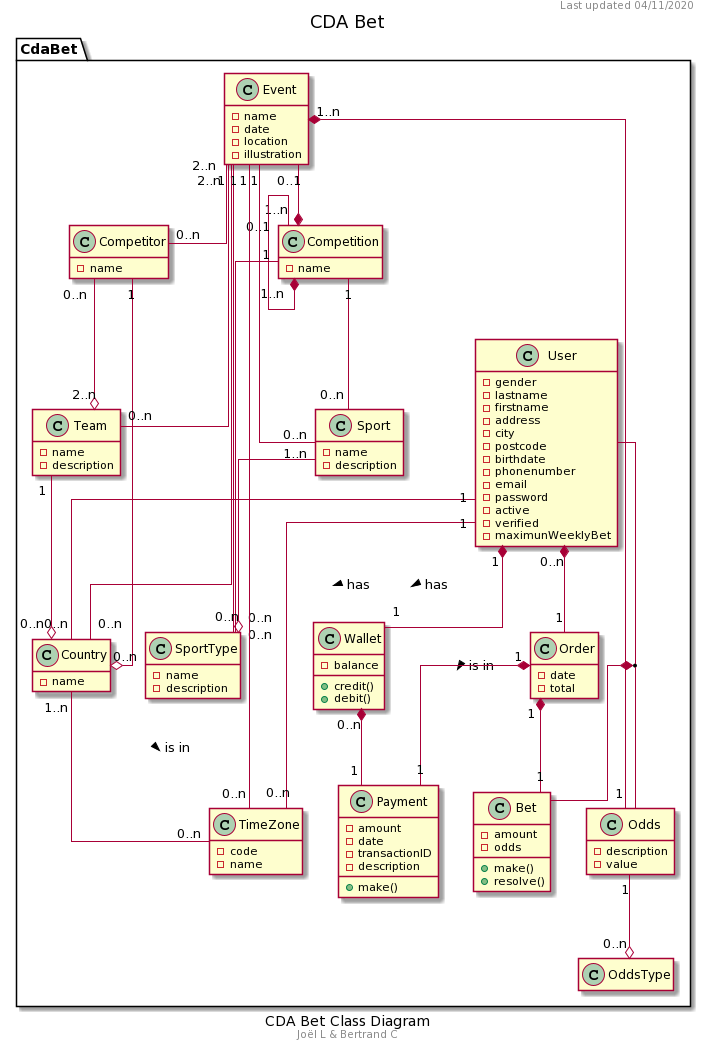
This is docs/diagrams/export/CDA Bet Class Diagram.png from OFP-CDA-Mulhouse-2020/parisportif1, a PlantUML export, as it was before one commit.
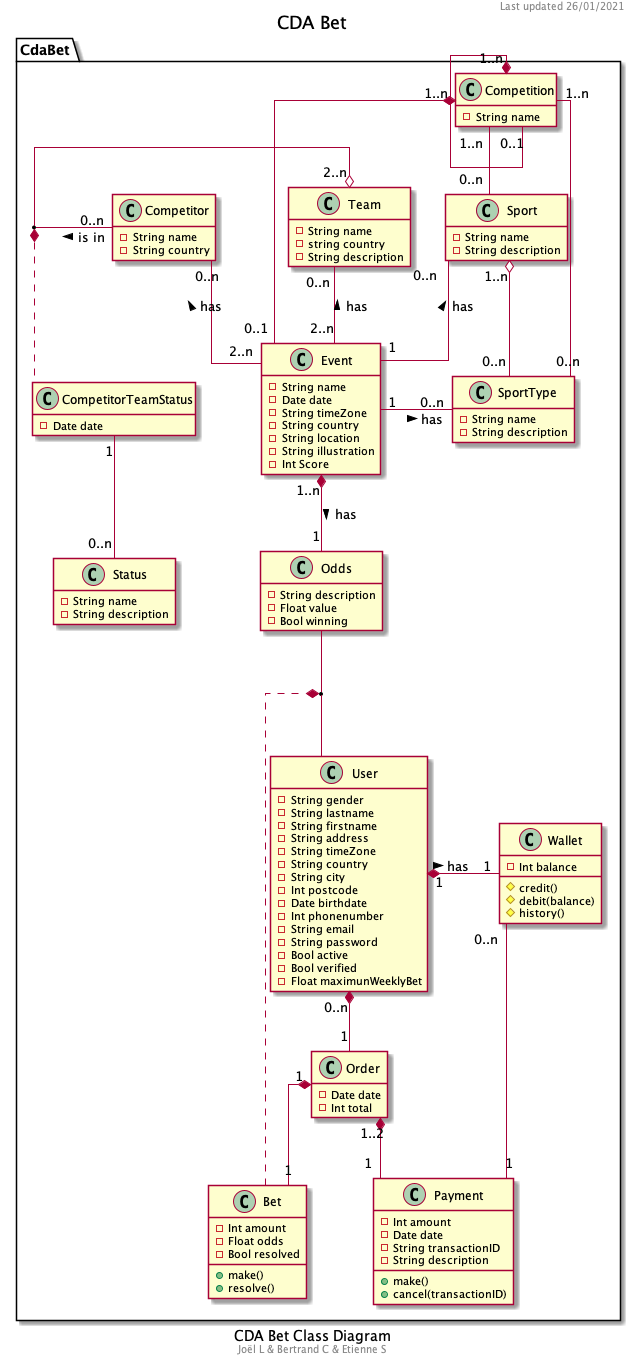
After the commit.

Diff of the diagram source:
```diff
@@ -1,125 +1,133 @@
-@startuml
+@startuml "CDA Bet Class Diagram"
 hide empty members
 skinparam linetype ortho
 caption CDA Bet Class Diagram
-footer Joël L & Bertrand C
-header Last updated 04/11/2020
+footer Joël L & Bertrand C & Etienne S
+header Last updated 26/01/2021
 title CDA Bet
 
 namespace CdaBet {
-    class User {
-        -gender
-        -lastname
-        -firstname
-        -address
-        -city
-        -postcode
-        -birthdate
-        -phonenumber
-        -email
-        -password
-        -active
-        -verified
-        -maximunWeeklyBet
+    class Event {
+        -String name
+        -Date date
+        -String timeZone
+        -String country
+        -String location
+        -String illustration
+        -Int Score
     }
 
-    class Country{
-        -name
+    class Competition {
+        -String name
     }
 
-    class TimeZone{
-        -code
-        -name
+    class Competitor {
+        -String name
+        -String country
+    }
+
+    class Team {
+        -String name
+        -string country
+        -String description
+    }
+
+    class Odds {
+        -String description
+        -Float value
+        -Bool winning
+    }
+
+    class Sport {
+        -String name
+        -String description
+    }
+
+    class SportType {
+        -String name
+        -String description
+    }
+
+    class User {
+        -String gender
+        -String lastname
+        -String firstname
+        -String address
+        -String timeZone
+        -String country
+        -String city
+        -Int postcode
+        -Date birthdate
+        -Int phonenumber
+        -String email
+        -String password
+        -Bool active
+        -Bool verified
+        -Float maximunWeeklyBet
     }
 
     class Wallet {
-        -balance
-        +credit()
-        +debit()
+        -Int balance
+        #credit()
+        #debit(balance)
+        #history()
     }
 
-    class Payment {
-        -amount
-        -date
-        -transactionID
-        -description
-        +make()
-    }
-
-    class Sport {
-        -name
-        -description
-    }
-
-    class SportType {
-        -name
-        -description
-    }
-
-    class Competitor {
-        -name
-    }
-
-    class Team {
-        -name
-        -description
-    }
-
-    class Event {
-        -name
-        -date
-        -location
-        -illustration
-    }
-
-    class Competition {
-        -name
-    }
-
-    class Odds {
-        -description
-        -value
-    }
-
-    class OddsType {
+    class Order {
+        -Date date
+        -Int total
     }
 
     class Bet {
-        -amount
-        -odds
+        -Int amount
+        -Float odds
+        -Bool resolved
         +make()
         +resolve()
     }
 
-    class Order {
-        -date
-        -total
+    class Payment {
+        -Int amount
+        -Date date
+        -String transactionID
+        -String description
+        +make()
+        +cancel(transactionID)
     }
 
-    User "1" *-- "1" Wallet : has >
-    User "1" -- "0..n" Country : has >
-    User "1" -- "0..n" TimeZone : is in >
-    Country "1..n" -- "0..n" TimeZone : is in >
-    Wallet "0..n" *-- "1" Payment
-    Sport "1..n" --o "0..n" SportType
-    Competitor "0..n" --o "2..n" Team
-    Competitor "1" --o "0..n" Country
-    Team "1" --o "0..n" Country
-    Odds "1" --o "0..n" OddsType
-    (User, Odds) "1" *-- "1" Bet
-    Event "0..1" --* "1..n" Competition
-    Competition "0..1" --* "1..n" Competition
-    Competition "1" -- "0..n" Sport
-    Competition "1" -- "0..n" SportType
-    Order "1" *-- "1" Payment
-    Event "1..n" *-- "1" Odds
-    Event "1" -- "0..n" Sport
-    Event "1" -- "0..n" SportType
-    Event "2..n" -- "0..n" Competitor
-    Event "2..n" -- "0..n" Team
-    Event "1" -- "0..n" Country
-    Event "1" -- "0..n" TimeZone
+    class Status {
+        -String name
+        -String description
+    }
+
+    class CompetitorTeamStatus {
+        -Date date
+    }
+
+    Event "1" -up- "0..n" Sport : has >
+    Event "1" -right- "0..n" SportType : has >
+    Competition "1..n" -- "0..n" Sport
+    Sport "1..n" o- "0..n" SportType
+    Competition "1..n" *- "0..1" Competition
+    Competition "1..n" *-- "0..1" Event
+    Competition "1..n" - "0..n" SportType
+
+    Team "0..n" -- "2..n" Event : has <
+
+    User "1" *-left- "1" Wallet : has >
     User "0..n" *-- "1" Order
+    Order "1..2" *-- "1" Payment
     Order "1" *-- "1" Bet
+
+    Event "1..n" *-down- "1" Odds : has >
+    Event "2..n" -left- "0..n" Competitor: has >
+    Wallet "0..n" -- "1" Payment
+
+    Competitor "0..n" -right-o "2..n" Team : is in >
+
+    CompetitorTeamStatus "1" -- "0..n" Status
+
+    Bet "1" ..* (Odds, User)
+    (Competitor, Team) *.. "1" CompetitorTeamStatus
 }
 @enduml
```
